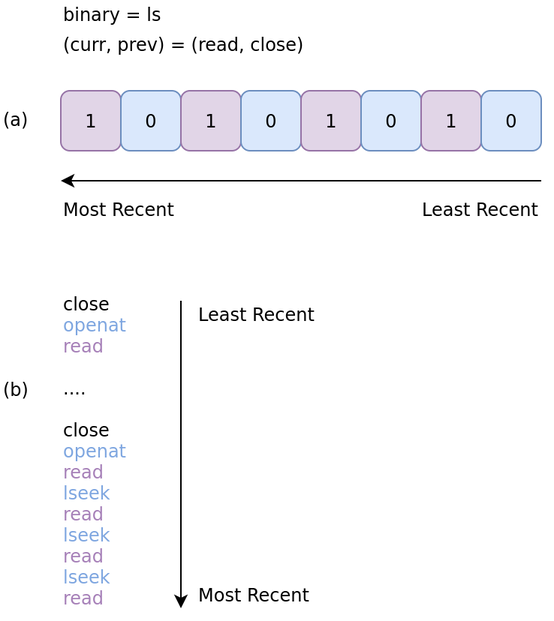
Earlier version of the draw.io export figures/lookahead-ls.png (willfindlay/honors-thesis). Source tidied: cells renumbered, new cells last; positions are measured from the earlier drawing's top-left corner, leaving out a move shared by most shapes. The source it was exported from:
```xml
<mxGraphModel>
  <root>
    <mxCell id="0" />
    <mxCell id="1" parent="0" />
    <mxCell id="2" value="1" style="rounded=1;whiteSpace=wrap;html=1;fillColor=#e1d5e7;strokeColor=#9673a6;" parent="1" vertex="1">
      <mxGeometry x="40" y="60" width="40" height="40" as="geometry" />
    </mxCell>
    <mxCell id="3" value="0" style="rounded=1;whiteSpace=wrap;html=1;fillColor=#dae8fc;strokeColor=#6c8ebf;" parent="1" vertex="1">
      <mxGeometry x="80" y="60" width="40" height="40" as="geometry" />
    </mxCell>
    <mxCell id="4" value="1" style="rounded=1;whiteSpace=wrap;html=1;fillColor=#e1d5e7;strokeColor=#9673a6;" parent="1" vertex="1">
      <mxGeometry x="120" y="60" width="40" height="40" as="geometry" />
    </mxCell>
    <mxCell id="5" value="0" style="rounded=1;whiteSpace=wrap;html=1;fillColor=#dae8fc;strokeColor=#6c8ebf;" parent="1" vertex="1">
      <mxGeometry x="160" y="60" width="40" height="40" as="geometry" />
    </mxCell>
    <mxCell id="6" value="1" style="rounded=1;whiteSpace=wrap;html=1;fillColor=#e1d5e7;strokeColor=#9673a6;" parent="1" vertex="1">
      <mxGeometry x="200" y="60" width="40" height="40" as="geometry" />
    </mxCell>
    <mxCell id="7" value="0" style="rounded=1;whiteSpace=wrap;html=1;fillColor=#dae8fc;strokeColor=#6c8ebf;" parent="1" vertex="1">
      <mxGeometry x="240" y="60" width="40" height="40" as="geometry" />
    </mxCell>
    <mxCell id="8" value="1" style="rounded=1;whiteSpace=wrap;html=1;fillColor=#e1d5e7;strokeColor=#9673a6;" parent="1" vertex="1">
      <mxGeometry x="280" y="60" width="40" height="40" as="geometry" />
    </mxCell>
    <mxCell id="9" value="0" style="rounded=1;whiteSpace=wrap;html=1;fillColor=#dae8fc;strokeColor=#6c8ebf;" parent="1" vertex="1">
      <mxGeometry x="320" y="60" width="40" height="40" as="geometry" />
    </mxCell>
    <mxCell id="10" style="endArrow=classic;html=1;startArrow=none;startFill=0;endFill=1;" parent="1" edge="1">
      <mxGeometry relative="1" as="geometry">
        <mxPoint x="360" y="120" as="sourcePoint" />
        <mxPoint x="40" y="120" as="targetPoint" />
      </mxGeometry>
    </mxCell>
    <mxCell id="11" value="Least Recent" style="text;html=1;align=right;verticalAlign=top;spacingTop=-4;" parent="1" vertex="1">
      <mxGeometry x="270" y="130" width="90" height="20" as="geometry" />
    </mxCell>
    <mxCell id="12" value="Most Recent" style="text;html=1;align=left;verticalAlign=top;spacingTop=-4;" parent="1" vertex="1">
      <mxGeometry x="40" y="130" width="90" height="20" as="geometry" />
    </mxCell>
    <mxCell id="13" value="(curr, prev) = (read, close)" style="text;html=1;align=left;verticalAlign=top;spacingTop=-4;" parent="1" vertex="1">
      <mxGeometry x="40" y="20" width="180" height="20" as="geometry" />
    </mxCell>
    <mxCell id="14" value="binary = ls" style="text;html=1;align=left;verticalAlign=top;spacingTop=-4;" parent="1" vertex="1">
      <mxGeometry x="40" width="80" height="20" as="geometry" />
    </mxCell>
    <mxCell id="15" value="(a)" style="text;html=1;align=left;verticalAlign=top;spacingTop=-4;" parent="1" vertex="1">
      <mxGeometry y="70" width="30" height="20" as="geometry" />
    </mxCell>
    <mxCell id="16" value="(b)" style="text;html=1;align=left;verticalAlign=top;spacingTop=-4;" parent="1" vertex="1">
      <mxGeometry y="250" width="30" height="20" as="geometry" />
    </mxCell>
    <mxCell id="17" value="close&lt;br&gt;&lt;font color=&quot;#7ea6e0&quot;&gt;openat&lt;/font&gt;&lt;br&gt;&lt;font color=&quot;#a680b8&quot;&gt;read&lt;/font&gt;&lt;br&gt;&lt;br&gt;....&lt;br&gt;&lt;br&gt;close&lt;br&gt;&lt;font color=&quot;#7ea6e0&quot;&gt;openat&lt;/font&gt;&lt;br&gt;&lt;font color=&quot;#a680b8&quot;&gt;read&lt;/font&gt;&lt;br&gt;&lt;font color=&quot;#7ea6e0&quot;&gt;lseek&lt;/font&gt;&lt;br&gt;&lt;font color=&quot;#a680b8&quot;&gt;read&lt;/font&gt;&lt;br&gt;&lt;font color=&quot;#7ea6e0&quot;&gt;lseek&lt;/font&gt;&lt;br&gt;&lt;font color=&quot;#a680b8&quot;&gt;read&lt;/font&gt;&lt;br&gt;&lt;font color=&quot;#7ea6e0&quot;&gt;lseek&lt;/font&gt;&lt;br&gt;&lt;font color=&quot;#a680b8&quot;&gt;read&lt;/font&gt;" style="text;html=1;strokeColor=none;fillColor=none;align=left;verticalAlign=middle;whiteSpace=wrap;rounded=0;" parent="1" vertex="1">
      <mxGeometry x="40" y="290" width="40" height="20" as="geometry" />
    </mxCell>
    <mxCell id="18" style="endArrow=classic;html=1;endFill=1;startArrow=none;startFill=0;" parent="1" edge="1">
      <mxGeometry relative="1" as="geometry">
        <mxPoint x="120" y="200" as="sourcePoint" />
        <mxPoint x="120" y="405" as="targetPoint" />
      </mxGeometry>
    </mxCell>
    <mxCell id="19" value="Most Recent" style="text;html=1;align=left;verticalAlign=top;spacingTop=-4;" parent="1" vertex="1">
      <mxGeometry x="130" y="387" width="90" height="20" as="geometry" />
    </mxCell>
    <mxCell id="20" value="Least Recent" style="text;html=1;align=left;verticalAlign=top;spacingTop=-4;" parent="1" vertex="1">
      <mxGeometry x="130" y="200" width="90" height="20" as="geometry" />
    </mxCell>
  </root>
</mxGraphModel>
```
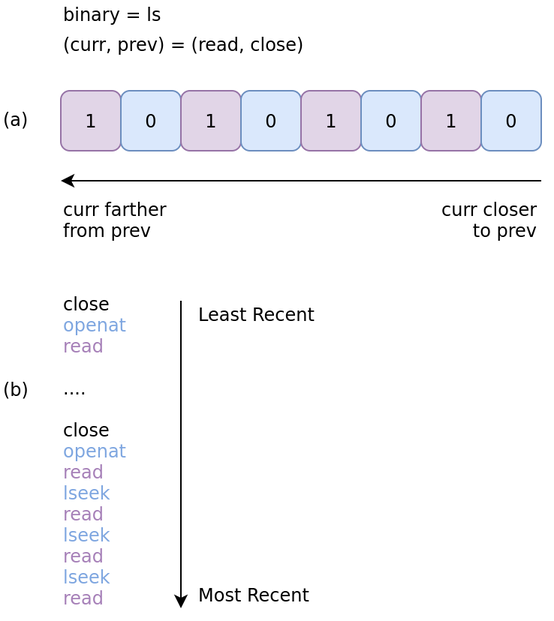
The same file after the commit.

What changed in the source:
```diff
@@ -32,11 +32,11 @@
         <mxPoint x="40" y="120" as="targetPoint" />
       </mxGeometry>
     </mxCell>
-    <mxCell id="11" value="Least Recent" style="text;html=1;align=right;verticalAlign=top;spacingTop=-4;" parent="1" vertex="1">
-      <mxGeometry x="270" y="130" width="90" height="20" as="geometry" />
+    <mxCell id="11" value="curr closer&lt;br&gt;to prev" style="text;html=1;align=right;verticalAlign=top;spacingTop=-4;" parent="1" vertex="1">
+      <mxGeometry x="280" y="130" width="80" height="30" as="geometry" />
     </mxCell>
-    <mxCell id="12" value="Most Recent" style="text;html=1;align=left;verticalAlign=top;spacingTop=-4;" parent="1" vertex="1">
-      <mxGeometry x="40" y="130" width="90" height="20" as="geometry" />
+    <mxCell id="12" value="curr farther&lt;br&gt;from prev" style="text;html=1;align=left;verticalAlign=top;spacingTop=-4;" parent="1" vertex="1">
+      <mxGeometry x="40" y="130" width="80" height="30" as="geometry" />
     </mxCell>
     <mxCell id="13" value="(curr, prev) = (read, close)" style="text;html=1;align=left;verticalAlign=top;spacingTop=-4;" parent="1" vertex="1">
       <mxGeometry x="40" y="20" width="180" height="20" as="geometry" />
```
